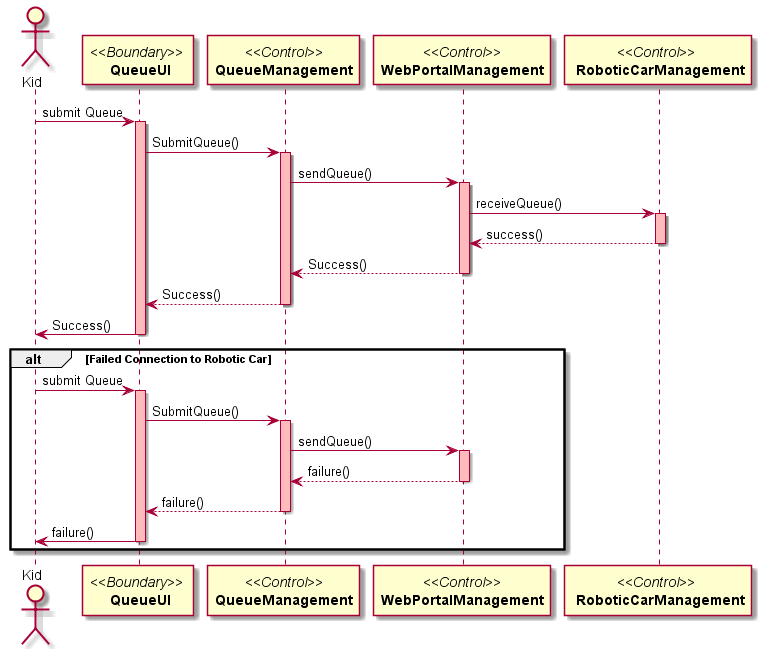
The PlantUML diagram Docs/Sequence Diagrams/Project Sequence-Diagram-UC3.png in DanielFYJ/2101-2201-Project, before a commit.
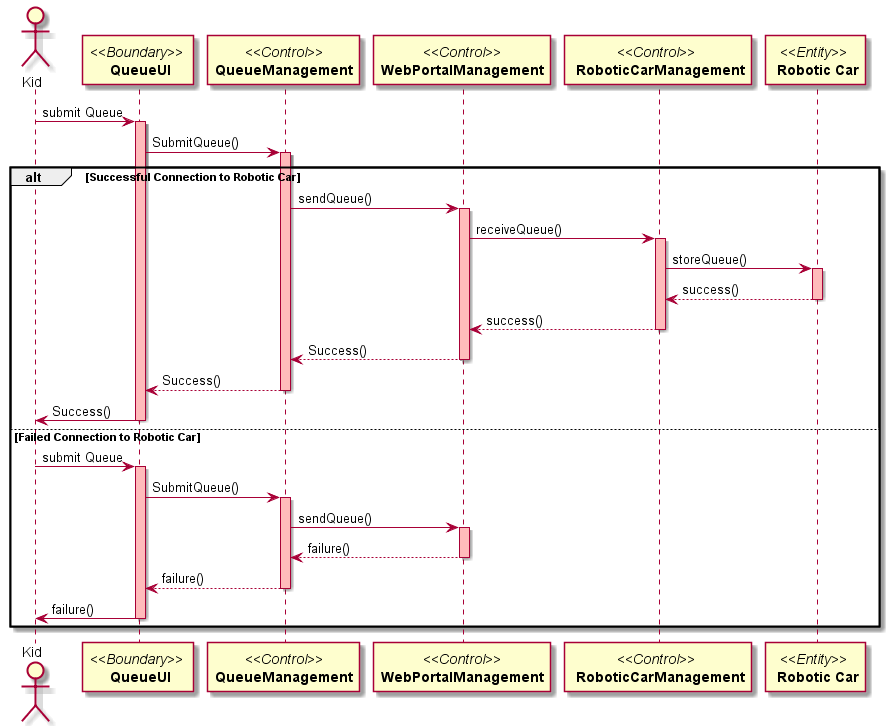
The same diagram one commit later.

Commit message:
updated Sequence Diagram UC1-3

Change to the diagram source:
```diff
@@ -4,6 +4,8 @@
 participant "//<<Control>>//\n**QueueManagement**" as B
 participant "//<<Control>>//\n**WebPortalManagement**" as C
 participant "//<<Control>>// \n **RoboticCarManagement**" as D
+participant "//<<Entity>>// \n **Robotic Car**" as E
+
 
 Kid -> A:submit Queue
 activate A #FFBBBB
@@ -11,11 +13,18 @@
 A -> B: SubmitQueue()
 activate B #FFBBBB
 
+alt Successful Connection to Robotic Car
 B -> C: sendQueue()
 activate C #FFBBBB
 
 C -> D: receiveQueue()
 activate D #FFBBBB
+
+D -> E: storeQueue()
+activate E #FFBBBB
+
+E --> D: success()
+deactivate E
 
 D --> C: success()
 deactivate D
@@ -28,7 +37,7 @@
 A -> Kid: Success()
 deactivate A
 
-alt Failed Connection to Robotic Car
+else Failed Connection to Robotic Car
 Kid -> A:submit Queue
 activate A #FFBBBB
 
```
